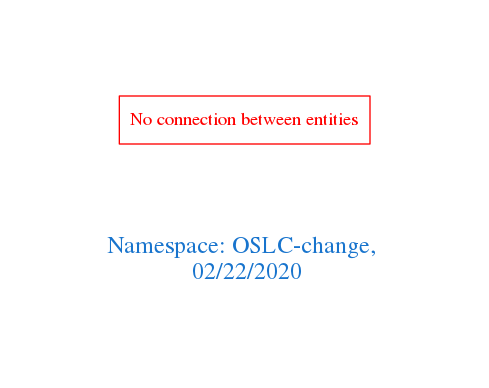
The Graphviz diagram downloads/OSLC-change.png in arago/OGIT, before a commit. Its source is kept beside it as downloads/OSLC-change.dot.
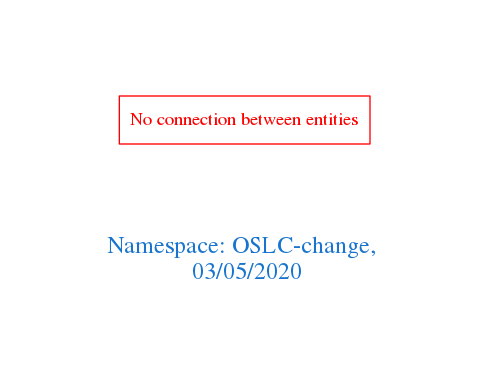
The same diagram one commit later.

What changed in the source:
```diff
@@ -1,7 +1,7 @@
 digraph OGIT_ontology {
  graph [ rankdir= LR,pad=1
 fontsize = 18,
-fontcolor= dodgerblue3,label = "\n\n\nNamespace: OSLC-change, \n 02/22/2020"];
+fontcolor= dodgerblue3,label = "\n\n\nNamespace: OSLC-change, \n 03/05/2020"];
 node[shape=polygon];
 edge [  color="gray81"];
 
```
